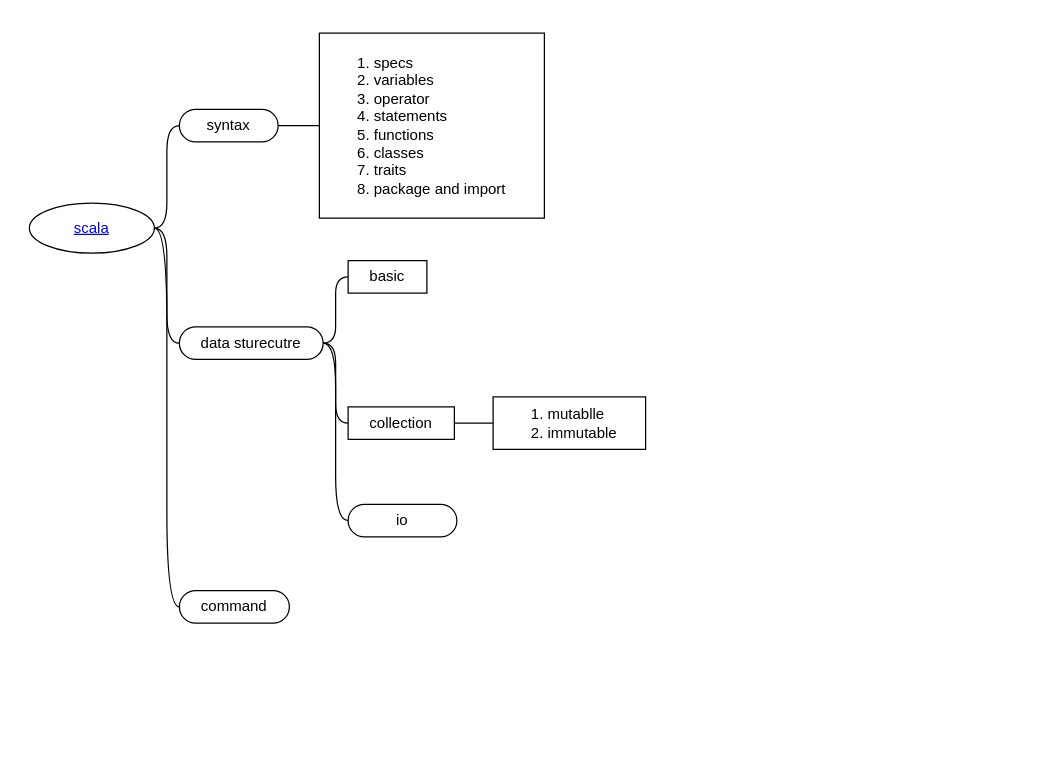
Earlier version of the draw.io diagram page "overview" (1 of 6) of languages/scala/scala.drawio (yangdj/tf_docs). Source tidied: cells renumbered, new cells numbered last; positions are measured from the earlier drawing's top-left corner, leaving out a move shared by most shapes. Both pictures are drawn from the tidied source at 125%, with x=0, y=0 at pixel (21, 21).
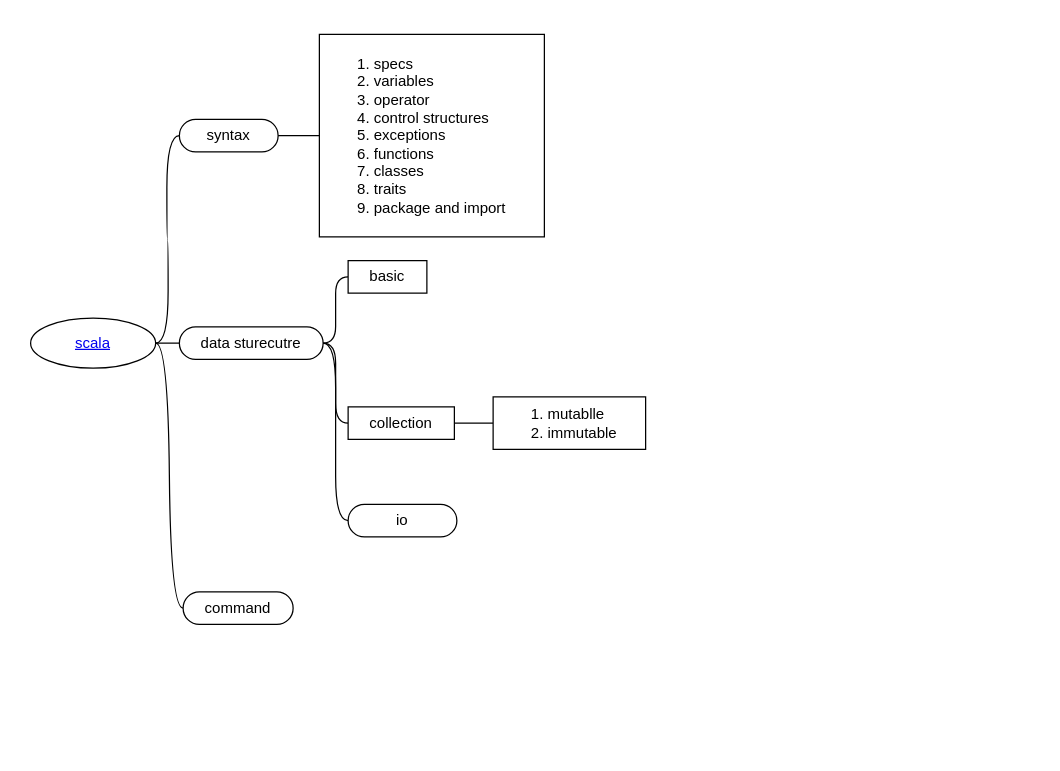
Above is the later version.

Change to the diagram source:
```diff
@@
 <mxGraphModel>
   <root>
     <mxCell id="0" />
     <mxCell id="1" parent="0" />
     <mxCell id="2" style="swimlane;html=1;startSize=20;horizontal=1;containerType=tree;strokeColor=none;" parent="1" vertex="1">
       <mxGeometry width="814" height="583" as="geometry" />
     </mxCell>
     <mxCell id="3" style="edgeStyle=entityRelationEdgeStyle;startArrow=none;endArrow=none;segment=10;curved=1;" parent="2" edge="1" source="4" target="5">
       <mxGeometry relative="1" as="geometry" />
     </mxCell>
     <mxCell id="4" value="&lt;a href=&quot;http://www.scala-lang.org&quot;&gt;scala&lt;/a&gt;" style="ellipse;whiteSpace=wrap;html=1;align=center;newEdgeStyle={&quot;edgeStyle&quot;:&quot;entityRelationEdgeStyle&quot;,&quot;startArrow&quot;:&quot;none&quot;,&quot;endArrow&quot;:&quot;none&quot;,&quot;segment&quot;:10,&quot;curved&quot;:1};" parent="2" vertex="1">
-      <mxGeometry x="6" y="145" width="100" height="40" as="geometry" />
+      <mxGeometry x="7" y="237" width="100" height="40" as="geometry" />
     </mxCell>
     <mxCell id="5" value="syntax" style="whiteSpace=wrap;html=1;rounded=1;arcSize=50;align=center;verticalAlign=middle;strokeWidth=1;spacing=4;newEdgeStyle={&quot;edgeStyle&quot;:&quot;entityRelationEdgeStyle&quot;,&quot;startArrow&quot;:&quot;none&quot;,&quot;endArrow&quot;:&quot;none&quot;,&quot;segment&quot;:10,&quot;curved&quot;:1};" parent="2" vertex="1">
-      <mxGeometry x="126" y="70" width="79" height="26" as="geometry" />
+      <mxGeometry x="126" y="78" width="79" height="26" as="geometry" />
     </mxCell>
     <mxCell id="6" style="edgeStyle=entityRelationEdgeStyle;startArrow=none;endArrow=none;segment=10;curved=1;" parent="2" edge="1" source="4" target="7">
       <mxGeometry relative="1" as="geometry" />
     </mxCell>
     <mxCell id="7" value="data sturecutre" style="whiteSpace=wrap;html=1;rounded=1;arcSize=50;align=center;verticalAlign=middle;strokeWidth=1;spacing=4;newEdgeStyle={&quot;edgeStyle&quot;:&quot;entityRelationEdgeStyle&quot;,&quot;startArrow&quot;:&quot;none&quot;,&quot;endArrow&quot;:&quot;none&quot;,&quot;segment&quot;:10,&quot;curved&quot;:1};" parent="2" vertex="1">
       <mxGeometry x="126" y="244" width="115" height="26" as="geometry" />
     </mxCell>
     <mxCell id="8" style="edgeStyle=entityRelationEdgeStyle;startArrow=none;endArrow=none;segment=10;curved=1;" parent="2" edge="1" source="7" target="9">
       <mxGeometry relative="1" as="geometry" />
     </mxCell>
     <mxCell id="9" value="&lt;span&gt;collection&lt;/span&gt;&lt;br&gt;" style="whiteSpace=wrap;html=1;rounded=1;arcSize=0;align=center;verticalAlign=middle;strokeWidth=1;spacing=4;newEdgeStyle={&quot;edgeStyle&quot;:&quot;entityRelationEdgeStyle&quot;,&quot;startArrow&quot;:&quot;none&quot;,&quot;endArrow&quot;:&quot;none&quot;,&quot;segment&quot;:10,&quot;curved&quot;:1};" parent="2" vertex="1">
       <mxGeometry x="261" y="308" width="85" height="26" as="geometry" />
     </mxCell>
     <mxCell id="10" style="edgeStyle=entityRelationEdgeStyle;startArrow=none;endArrow=none;segment=10;curved=1;" parent="2" edge="1" source="9" target="11">
       <mxGeometry relative="1" as="geometry" />
     </mxCell>
     <mxCell id="11" value="&lt;ol&gt;&lt;li&gt;mutablle&lt;/li&gt;&lt;li&gt;immutable&lt;/li&gt;&lt;/ol&gt;" style="whiteSpace=wrap;html=1;rounded=1;arcSize=0;align=left;verticalAlign=middle;strokeWidth=1;spacing=4;newEdgeStyle={&quot;edgeStyle&quot;:&quot;entityRelationEdgeStyle&quot;,&quot;startArrow&quot;:&quot;none&quot;,&quot;endArrow&quot;:&quot;none&quot;,&quot;segment&quot;:10,&quot;curved&quot;:1};" parent="2" vertex="1">
       <mxGeometry x="377" y="300" width="122" height="42" as="geometry" />
     </mxCell>
     <mxCell id="12" style="edgeStyle=entityRelationEdgeStyle;startArrow=none;endArrow=none;segment=10;curved=1;" parent="2" edge="1" source="7" target="13">
       <mxGeometry relative="1" as="geometry" />
     </mxCell>
     <mxCell id="13" value="&lt;span&gt;basic&lt;/span&gt;" style="whiteSpace=wrap;html=1;rounded=1;arcSize=0;align=center;verticalAlign=middle;strokeWidth=1;spacing=4;newEdgeStyle={&quot;edgeStyle&quot;:&quot;entityRelationEdgeStyle&quot;,&quot;startArrow&quot;:&quot;none&quot;,&quot;endArrow&quot;:&quot;none&quot;,&quot;segment&quot;:10,&quot;curved&quot;:1};" parent="2" vertex="1">
       <mxGeometry x="261" y="191" width="63" height="26" as="geometry" />
     </mxCell>
     <mxCell id="14" style="edgeStyle=entityRelationEdgeStyle;startArrow=none;endArrow=none;segment=10;curved=1;" parent="2" edge="1" source="5" target="15">
       <mxGeometry relative="1" as="geometry" />
     </mxCell>
-    <mxCell id="15" value="&lt;ol&gt;&lt;li&gt;specs&lt;/li&gt;&lt;li&gt;variables&lt;/li&gt;&lt;li&gt;operator&lt;/li&gt;&lt;li&gt;statements&lt;/li&gt;&lt;li&gt;functions&lt;/li&gt;&lt;li&gt;classes&lt;/li&gt;&lt;li&gt;traits&lt;/li&gt;&lt;li&gt;package and import&lt;/li&gt;&lt;/ol&gt;" style="whiteSpace=wrap;html=1;rounded=1;arcSize=0;align=left;verticalAlign=middle;strokeWidth=1;spacing=4;newEdgeStyle={&quot;edgeStyle&quot;:&quot;entityRelationEdgeStyle&quot;,&quot;startArrow&quot;:&quot;none&quot;,&quot;endArrow&quot;:&quot;none&quot;,&quot;segment&quot;:10,&quot;curved&quot;:1};" parent="2" vertex="1">
-      <mxGeometry x="238" y="9" width="180" height="148" as="geometry" />
+    <mxCell id="15" value="&lt;ol&gt;&lt;li&gt;specs&lt;/li&gt;&lt;li&gt;variables&lt;/li&gt;&lt;li&gt;operator&lt;/li&gt;&lt;li&gt;control structures&lt;/li&gt;&lt;li&gt;exceptions&lt;/li&gt;&lt;li&gt;functions&lt;/li&gt;&lt;li&gt;classes&lt;/li&gt;&lt;li&gt;traits&lt;/li&gt;&lt;li&gt;package and import&lt;/li&gt;&lt;/ol&gt;" style="whiteSpace=wrap;html=1;rounded=1;arcSize=0;align=left;verticalAlign=middle;strokeWidth=1;spacing=4;newEdgeStyle={&quot;edgeStyle&quot;:&quot;entityRelationEdgeStyle&quot;,&quot;startArrow&quot;:&quot;none&quot;,&quot;endArrow&quot;:&quot;none&quot;,&quot;segment&quot;:10,&quot;curved&quot;:1};" parent="2" vertex="1">
+      <mxGeometry x="238" y="10" width="180" height="162" as="geometry" />
     </mxCell>
     <mxCell id="16" style="edgeStyle=entityRelationEdgeStyle;startArrow=none;endArrow=none;segment=10;curved=1;" parent="2" edge="1" source="7" target="17">
       <mxGeometry relative="1" as="geometry" />
     </mxCell>
     <mxCell id="17" value="io" style="whiteSpace=wrap;html=1;rounded=1;arcSize=50;align=center;verticalAlign=middle;strokeWidth=1;spacing=4;newEdgeStyle={&quot;edgeStyle&quot;:&quot;entityRelationEdgeStyle&quot;,&quot;startArrow&quot;:&quot;none&quot;,&quot;endArrow&quot;:&quot;none&quot;,&quot;segment&quot;:10,&quot;curved&quot;:1};" parent="2" vertex="1">
       <mxGeometry x="261" y="386" width="87" height="26" as="geometry" />
     </mxCell>
     <mxCell id="18" style="edgeStyle=entityRelationEdgeStyle;startArrow=none;endArrow=none;segment=10;curved=1;" parent="2" edge="1" source="4" target="19">
       <mxGeometry relative="1" as="geometry" />
     </mxCell>
     <mxCell id="19" value="command" style="whiteSpace=wrap;html=1;rounded=1;arcSize=50;align=center;verticalAlign=middle;strokeWidth=1;spacing=4;newEdgeStyle={&quot;edgeStyle&quot;:&quot;entityRelationEdgeStyle&quot;,&quot;startArrow&quot;:&quot;none&quot;,&quot;endArrow&quot;:&quot;none&quot;,&quot;segment&quot;:10,&quot;curved&quot;:1};" parent="2" vertex="1">
-      <mxGeometry x="126" y="455" width="88" height="26" as="geometry" />
+      <mxGeometry x="129" y="456" width="88" height="26" as="geometry" />
     </mxCell>
   </root>
 </mxGraphModel>
```
